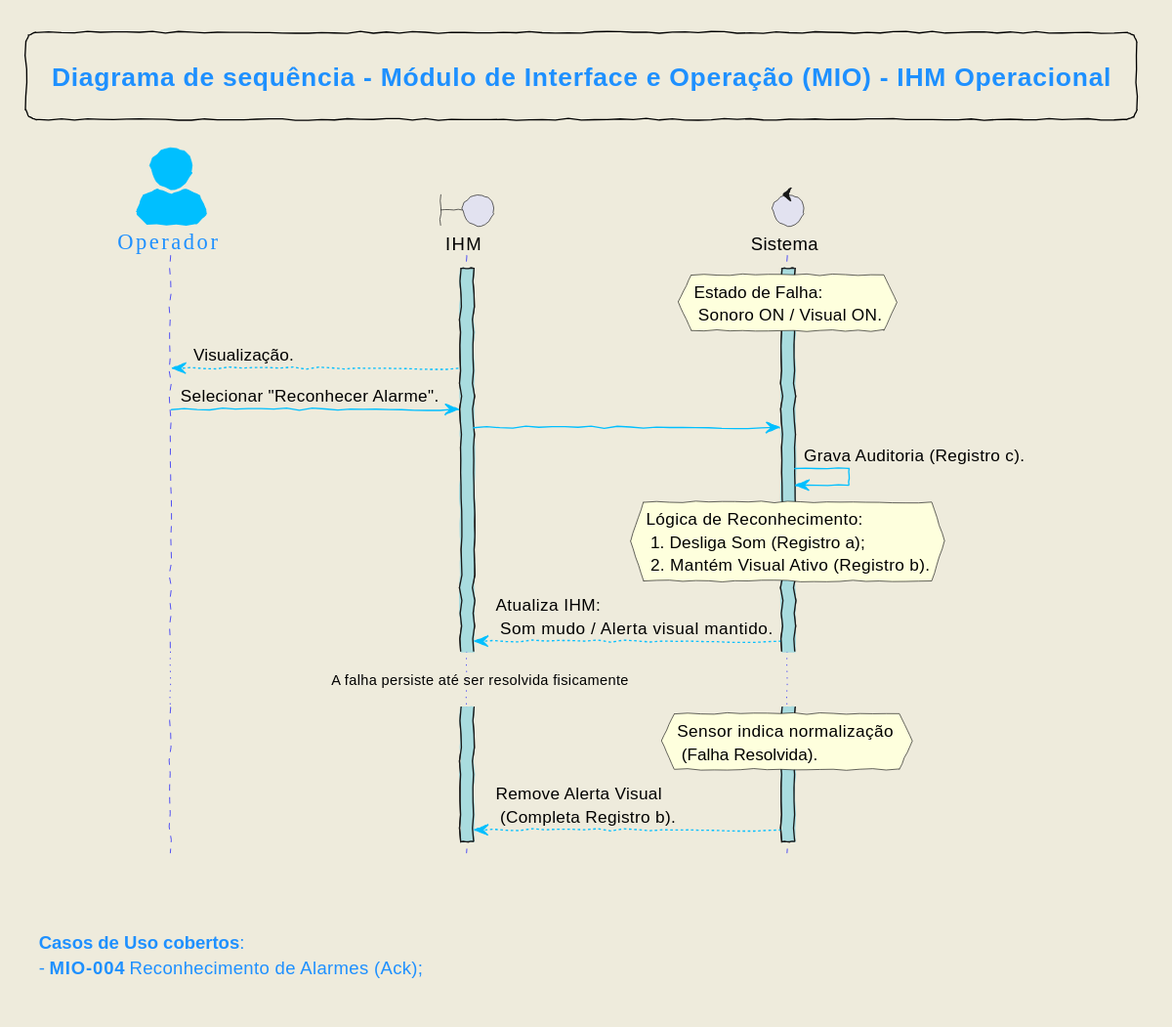
Embrapac/diagramas keeps this PlantUML diagram as diagramas_svg/DS-IHM-004.svg. Above is the earlier version. The source it was exported from:
```plantuml
@startuml
!include DEFS.puml

actor "Operador" as OP
boundary "IHM"
control Sistema as ST


activate ST
activate IHM

hnote over ST: Estado de Falha: \n Sonoro ON / Visual ON.

IHM --> "OP": Visualização.
OP -> IHM: Selecionar "Reconhecer Alarme".
IHM -> ST
ST -> ST: Grava Auditoria (Registro c).


hnote over ST: Lógica de Reconhecimento: \n 1. Desliga Som (Registro a); \n 2. Mantém Visual Ativo (Registro b).

ST --> IHM: Atualiza IHM: \n Som mudo / Alerta visual mantido.

... A falha persiste até ser resolvida fisicamente ...

hnote over ST: Sensor indica normalização \n (Falha Resolvida).

ST --> IHM: Remove Alerta Visual \n (Completa Registro b).


legend top
**Diagrama de sequência - Módulo de Interface e Operação (MIO) - IHM Operacional**
end legend

footer


**Casos de Uso cobertos**:
 - **MIO-004** Reconhecimento de Alarmes (Ack);
end footer
@enduml
```
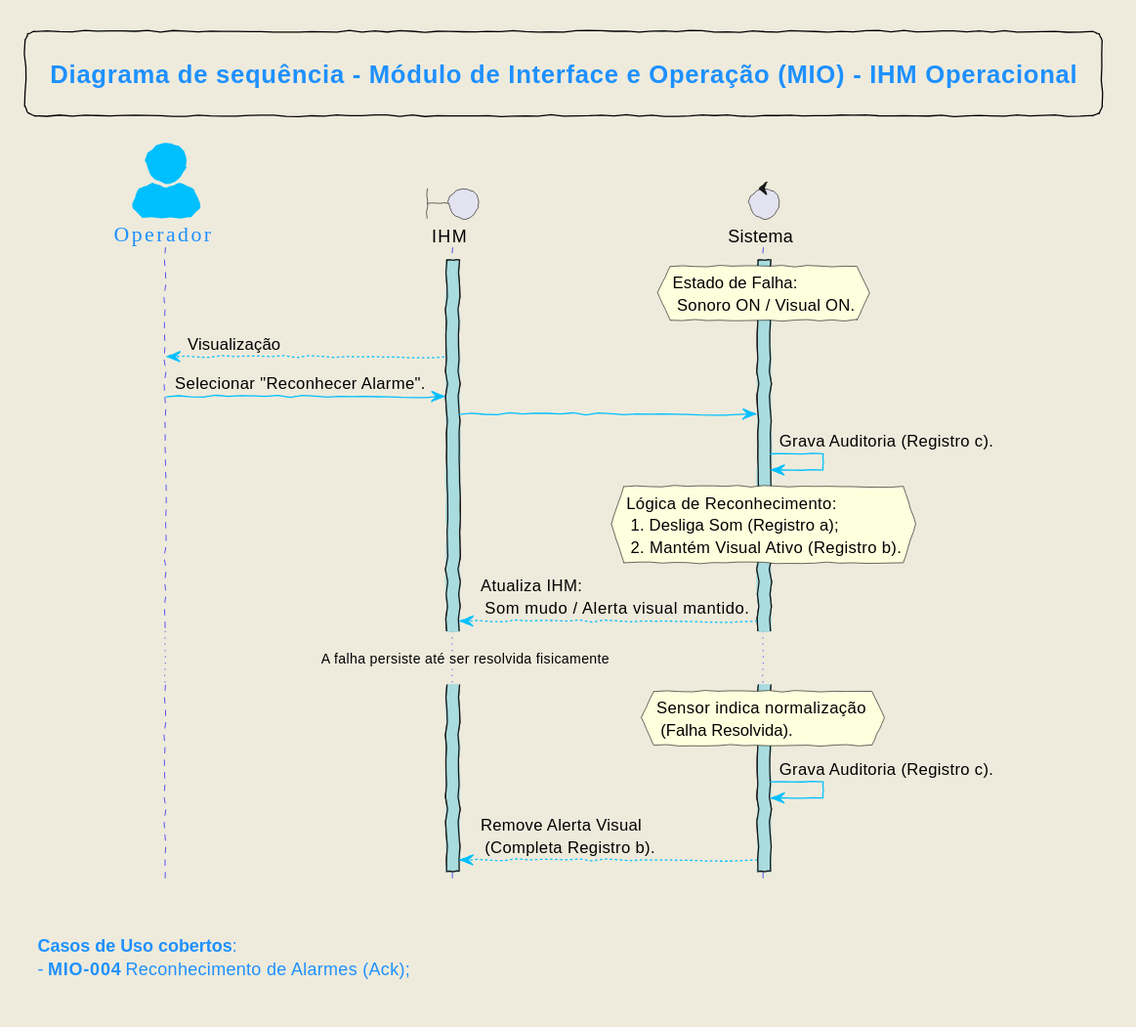
Later version of the same file.

Change to the diagram source:
```diff
@@ -11,7 +11,7 @@
 
 hnote over ST: Estado de Falha: \n Sonoro ON / Visual ON.
 
-IHM --> "OP": Visualização.
+IHM --> "OP": Visualização
 OP -> IHM: Selecionar "Reconhecer Alarme".
 IHM -> ST
 ST -> ST: Grava Auditoria (Registro c).
@@ -24,6 +24,7 @@
 ... A falha persiste até ser resolvida fisicamente ...
 
 hnote over ST: Sensor indica normalização \n (Falha Resolvida).
+ST -> ST: Grava Auditoria (Registro c).
 
 ST --> IHM: Remove Alerta Visual \n (Completa Registro b).
 
@@ -34,7 +35,6 @@
 
 footer
 
-
 **Casos de Uso cobertos**:
  - **MIO-004** Reconhecimento de Alarmes (Ack);
 end footer
```
